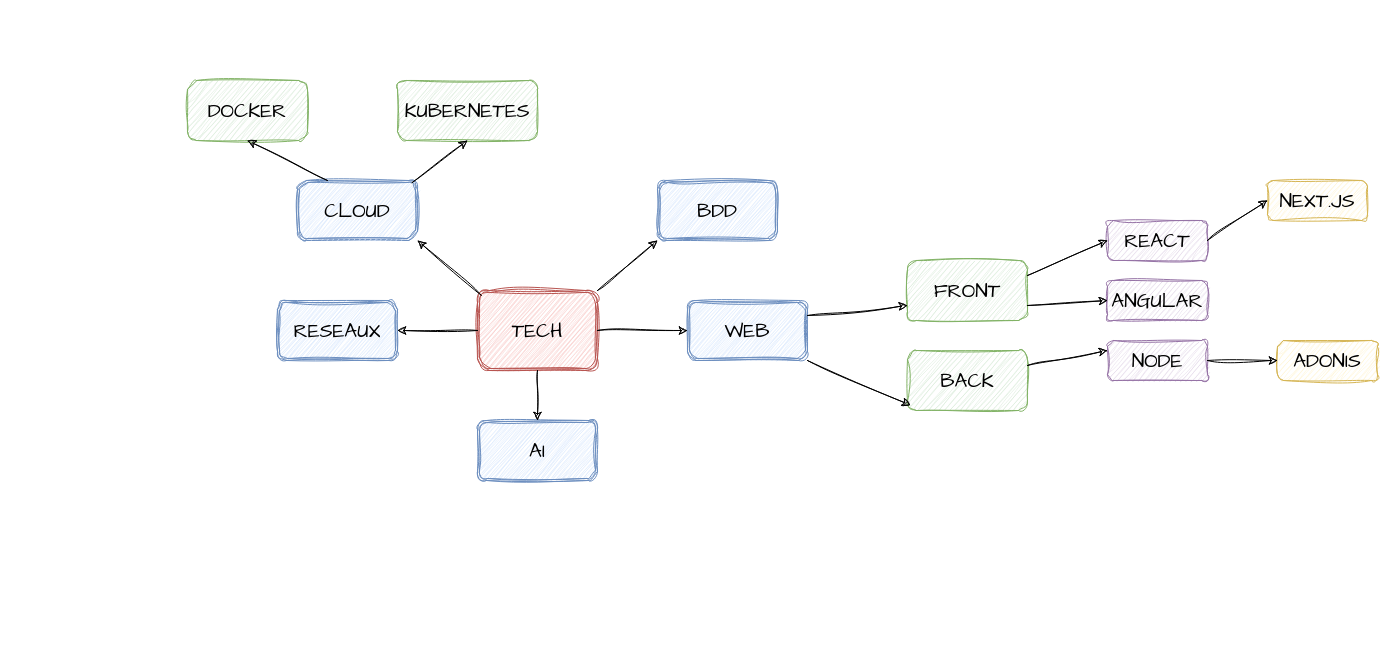
Above: roadMap_Techlead_2024.drawio in ippa16/draw.io (draw.io), before the change. Source tidied: cells renumbered, new cells numbered last; positions are measured from the earlier drawing's top-left corner, leaving out a move shared by most shapes. Both pictures are drawn from the tidied source at 100%, with x=0, y=0 at pixel (187, 80).
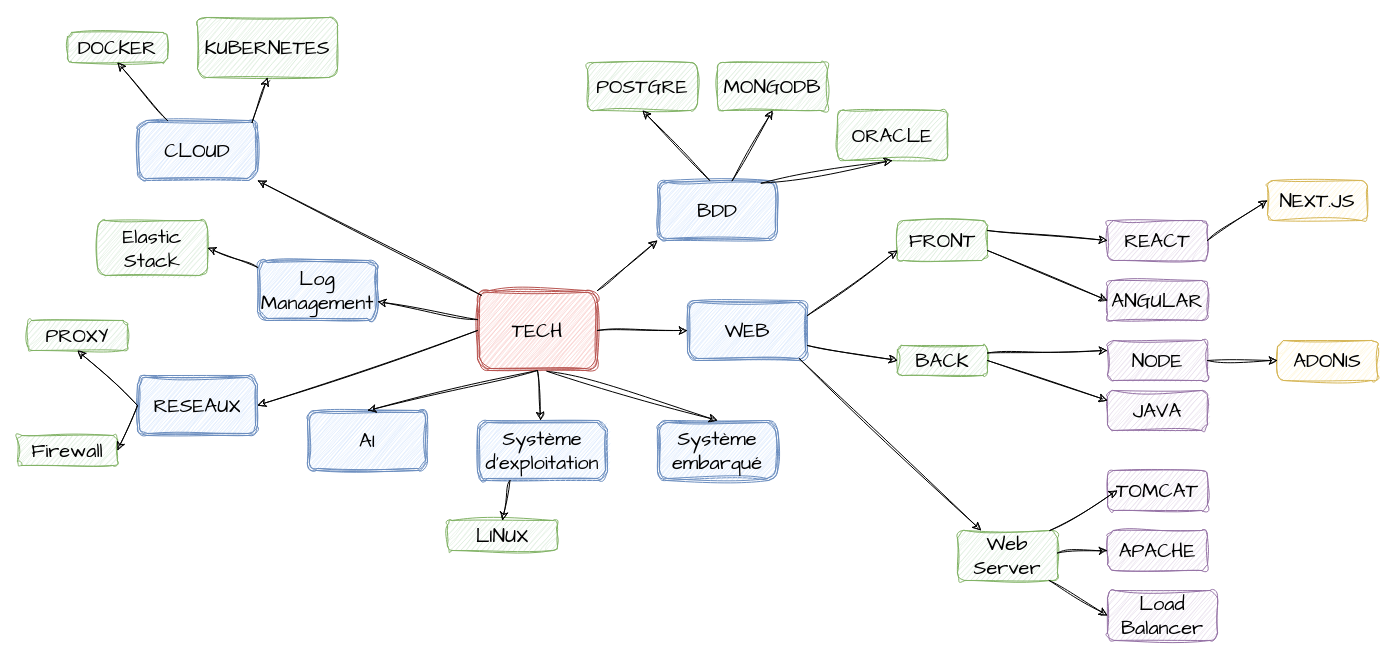
The same page after the edit.

The change refers to these unchanged cells:
```xml
<mxCell id="2" value="TECH" style="shape=ext;double=1;rounded=1;whiteSpace=wrap;html=1;sketch=1;hachureGap=4;jiggle=2;curveFitting=1;fontFamily=Architects Daughter;fontSize=20;fillColor=#f8cecc;strokeColor=#b85450;" parent="1" vertex="1">
  <mxGeometry x="290" y="210" width="120" height="80" as="geometry" />
</mxCell>
<mxCell id="4" value="WEB" style="shape=ext;double=1;rounded=1;whiteSpace=wrap;html=1;sketch=1;hachureGap=4;jiggle=2;curveFitting=1;fontFamily=Architects Daughter;fontSize=20;fillColor=#dae8fc;strokeColor=#6c8ebf;" parent="1" vertex="1">
  <mxGeometry x="500" y="220" width="120" height="60" as="geometry" />
</mxCell>
<mxCell id="15" value="BDD" style="shape=ext;double=1;rounded=1;whiteSpace=wrap;html=1;sketch=1;hachureGap=4;jiggle=2;curveFitting=1;fontFamily=Architects Daughter;fontSize=20;fillColor=#dae8fc;strokeColor=#6c8ebf;" parent="1" vertex="1">
  <mxGeometry x="470" y="100" width="120" height="60" as="geometry" />
</mxCell>
```

Diff of the diagram source:
```diff
@@
     <mxCell id="3" value="RESEAUX" style="shape=ext;double=1;rounded=1;whiteSpace=wrap;html=1;sketch=1;hachureGap=4;jiggle=2;curveFitting=1;fontFamily=Architects Daughter;fontSize=20;fillColor=#dae8fc;strokeColor=#6c8ebf;" parent="1" vertex="1">
-      <mxGeometry x="90" y="220" width="120" height="60" as="geometry" />
+      <mxGeometry x="-50" y="295" width="120" height="60" as="geometry" />
     </mxCell>
@@
     <mxCell id="5" value="AI" style="shape=ext;double=1;rounded=1;whiteSpace=wrap;html=1;sketch=1;hachureGap=4;jiggle=2;curveFitting=1;fontFamily=Architects Daughter;fontSize=20;fillColor=#dae8fc;strokeColor=#6c8ebf;" parent="1" vertex="1">
-      <mxGeometry x="290" y="340" width="120" height="60" as="geometry" />
+      <mxGeometry x="120" y="330" width="120" height="60" as="geometry" />
     </mxCell>
@@
     <mxCell id="7" value="FRONT" style="rounded=1;whiteSpace=wrap;html=1;sketch=1;hachureGap=4;jiggle=2;curveFitting=1;fontFamily=Architects Daughter;fontSize=20;fillColor=#d5e8d4;strokeColor=#82b366;" parent="1" vertex="1">
-      <mxGeometry x="720" y="180" width="120" height="60" as="geometry" />
+      <mxGeometry x="710" y="140" width="90" height="40" as="geometry" />
     </mxCell>
     <mxCell id="8" value="BACK" style="rounded=1;whiteSpace=wrap;html=1;sketch=1;hachureGap=4;jiggle=2;curveFitting=1;fontFamily=Architects Daughter;fontSize=20;fillColor=#d5e8d4;strokeColor=#82b366;" parent="1" vertex="1">
-      <mxGeometry x="720" y="270" width="120" height="60" as="geometry" />
+      <mxGeometry x="710" y="265" width="90" height="30" as="geometry" />
     </mxCell>
@@
     <mxCell id="13" value="CLOUD" style="shape=ext;double=1;rounded=1;whiteSpace=wrap;html=1;sketch=1;hachureGap=4;jiggle=2;curveFitting=1;fontFamily=Architects Daughter;fontSize=20;fillColor=#dae8fc;strokeColor=#6c8ebf;" parent="1" vertex="1">
-      <mxGeometry x="110" y="100" width="120" height="60" as="geometry" />
+      <mxGeometry x="-50" y="40" width="120" height="60" as="geometry" />
     </mxCell>
     <mxCell id="14" value="DOCKER" style="rounded=1;whiteSpace=wrap;html=1;sketch=1;hachureGap=4;jiggle=2;curveFitting=1;fontFamily=Architects Daughter;fontSize=20;fillColor=#d5e8d4;strokeColor=#82b366;" parent="1" vertex="1">
-      <mxGeometry width="120" height="60" as="geometry" />
+      <mxGeometry x="-120" y="-48" width="100" height="30" as="geometry" />
     </mxCell>
@@
     <mxCell id="16" value="KUBERNETES" style="rounded=1;whiteSpace=wrap;html=1;sketch=1;hachureGap=4;jiggle=2;curveFitting=1;fontFamily=Architects Daughter;fontSize=20;fillColor=#d5e8d4;strokeColor=#82b366;" parent="1" vertex="1">
-      <mxGeometry x="210" width="140" height="60" as="geometry" />
+      <mxGeometry x="10" y="-63" width="140" height="60" as="geometry" />
     </mxCell>
@@
-    <mxCell id="25" style="endArrow=classic;html=1;rounded=0;sketch=1;hachureGap=4;jiggle=2;curveFitting=1;fontFamily=Architects Daughter;fontSize=16;exitX=1;exitY=1;exitDx=0;exitDy=0;entryX=0.025;entryY=0.912;entryDx=0;entryDy=0;entryPerimeter=0;" parent="1" edge="1" source="4" target="8">
+    <mxCell id="25" style="endArrow=classic;html=1;rounded=0;sketch=1;hachureGap=4;jiggle=2;curveFitting=1;fontFamily=Architects Daughter;fontSize=16;exitX=1;exitY=0.75;exitDx=0;exitDy=0;entryX=0;entryY=0.5;entryDx=0;entryDy=0;" parent="1" edge="1" source="4" target="8">
       <mxGeometry relative="1" as="geometry" />
     </mxCell>
@@
+    <mxCell id="31" value="JAVA" style="rounded=1;whiteSpace=wrap;html=1;sketch=1;hachureGap=4;jiggle=2;curveFitting=1;fontFamily=Architects Daughter;fontSize=20;fillColor=#e1d5e7;strokeColor=#9673a6;" parent="1" vertex="1">
+      <mxGeometry x="920" y="310" width="100" height="40" as="geometry" />
+    </mxCell>
+    <mxCell id="32" style="endArrow=classic;html=1;rounded=0;sketch=1;hachureGap=4;jiggle=2;curveFitting=1;fontFamily=Architects Daughter;fontSize=16;entryX=0;entryY=0.25;entryDx=0;entryDy=0;exitX=1;exitY=0.5;exitDx=0;exitDy=0;" parent="1" edge="1" source="8" target="31">
+      <mxGeometry relative="1" as="geometry" />
+    </mxCell>
+    <mxCell id="33" value="Système&lt;br&gt;embarqué" style="shape=ext;double=1;rounded=1;whiteSpace=wrap;html=1;sketch=1;hachureGap=4;jiggle=2;curveFitting=1;fontFamily=Architects Daughter;fontSize=20;fillColor=#dae8fc;strokeColor=#6c8ebf;" parent="1" vertex="1">
+      <mxGeometry x="470" y="340" width="120" height="60" as="geometry" />
+    </mxCell>
+    <mxCell id="34" style="endArrow=classic;html=1;rounded=0;sketch=1;hachureGap=4;jiggle=2;curveFitting=1;fontFamily=Architects Daughter;fontSize=16;exitX=0.579;exitY=1.01;exitDx=0;exitDy=0;entryX=0.5;entryY=0;entryDx=0;entryDy=0;exitPerimeter=0;" parent="1" edge="1" source="2" target="33">
+      <mxGeometry relative="1" as="geometry" />
+    </mxCell>
+    <mxCell id="35" value="ORACLE" style="rounded=1;whiteSpace=wrap;html=1;sketch=1;hachureGap=4;jiggle=2;curveFitting=1;fontFamily=Architects Daughter;fontSize=20;fillColor=#d5e8d4;strokeColor=#82b366;" parent="1" vertex="1">
+      <mxGeometry x="650" y="30" width="110" height="50" as="geometry" />
+    </mxCell>
+    <mxCell id="36" style="endArrow=classic;html=1;rounded=0;sketch=1;hachureGap=4;jiggle=2;curveFitting=1;fontFamily=Architects Daughter;fontSize=16;exitX=0.864;exitY=0.045;exitDx=0;exitDy=0;exitPerimeter=0;entryX=0.5;entryY=1;entryDx=0;entryDy=0;" parent="1" edge="1" source="15" target="35">
+      <mxGeometry relative="1" as="geometry" />
+    </mxCell>
+    <mxCell id="37" value="MONGODB" style="rounded=1;whiteSpace=wrap;html=1;sketch=1;hachureGap=4;jiggle=2;curveFitting=1;fontFamily=Architects Daughter;fontSize=20;fillColor=#d5e8d4;strokeColor=#82b366;" parent="1" vertex="1">
+      <mxGeometry x="530" y="-18" width="110" height="48" as="geometry" />
+    </mxCell>
+    <mxCell id="38" style="endArrow=classic;html=1;rounded=0;sketch=1;hachureGap=4;jiggle=2;curveFitting=1;fontFamily=Architects Daughter;fontSize=16;exitX=0.622;exitY=0.005;exitDx=0;exitDy=0;exitPerimeter=0;entryX=0.5;entryY=1;entryDx=0;entryDy=0;" parent="1" edge="1" source="15" target="37">
+      <mxGeometry relative="1" as="geometry" />
+    </mxCell>
+    <mxCell id="39" value="POSTGRE" style="rounded=1;whiteSpace=wrap;html=1;sketch=1;hachureGap=4;jiggle=2;curveFitting=1;fontFamily=Architects Daughter;fontSize=20;fillColor=#d5e8d4;strokeColor=#82b366;" parent="1" vertex="1">
+      <mxGeometry x="400" y="-18" width="110" height="48" as="geometry" />
+    </mxCell>
+    <mxCell id="40" style="endArrow=classic;html=1;rounded=0;sketch=1;hachureGap=4;jiggle=2;curveFitting=1;fontFamily=Architects Daughter;fontSize=16;exitX=0.434;exitY=-0.004;exitDx=0;exitDy=0;exitPerimeter=0;entryX=0.5;entryY=1;entryDx=0;entryDy=0;" parent="1" edge="1" source="15" target="39">
+      <mxGeometry relative="1" as="geometry" />
+    </mxCell>
+    <mxCell id="41" value="Système d'exploitation" style="shape=ext;double=1;rounded=1;whiteSpace=wrap;html=1;sketch=1;hachureGap=4;jiggle=2;curveFitting=1;fontFamily=Architects Daughter;fontSize=20;fillColor=#dae8fc;strokeColor=#6c8ebf;" parent="1" vertex="1">
+      <mxGeometry x="290" y="340" width="130" height="60" as="geometry" />
+    </mxCell>
+    <mxCell id="42" style="endArrow=classic;html=1;rounded=0;sketch=1;hachureGap=4;jiggle=2;curveFitting=1;fontFamily=Architects Daughter;fontSize=16;exitX=0.5;exitY=1;exitDx=0;exitDy=0;" parent="1" edge="1" source="2" target="41">
+      <mxGeometry relative="1" as="geometry" />
+    </mxCell>
+    <mxCell id="43" value="LINUX" style="rounded=1;whiteSpace=wrap;html=1;sketch=1;hachureGap=4;jiggle=2;curveFitting=1;fontFamily=Architects Daughter;fontSize=20;fillColor=#d5e8d4;strokeColor=#82b366;" parent="1" vertex="1">
+      <mxGeometry x="260" y="440" width="110" height="30" as="geometry" />
+    </mxCell>
+    <mxCell id="44" style="endArrow=classic;html=1;rounded=0;sketch=1;hachureGap=4;jiggle=2;curveFitting=1;fontFamily=Architects Daughter;fontSize=16;exitX=0.25;exitY=1;exitDx=0;exitDy=0;entryX=0.5;entryY=0;entryDx=0;entryDy=0;" parent="1" edge="1" source="41" target="43">
+      <mxGeometry relative="1" as="geometry" />
+    </mxCell>
+    <mxCell id="45" value="Web Server" style="rounded=1;whiteSpace=wrap;html=1;sketch=1;hachureGap=4;jiggle=2;curveFitting=1;fontFamily=Architects Daughter;fontSize=20;fillColor=#d5e8d4;strokeColor=#82b366;" parent="1" vertex="1">
+      <mxGeometry x="770" y="450" width="100" height="50" as="geometry" />
+    </mxCell>
+    <mxCell id="46" style="endArrow=classic;html=1;rounded=0;sketch=1;hachureGap=4;jiggle=2;curveFitting=1;fontFamily=Architects Daughter;fontSize=16;exitX=0.933;exitY=0.971;exitDx=0;exitDy=0;exitPerimeter=0;" parent="1" edge="1" source="4" target="45">
+      <mxGeometry relative="1" as="geometry" />
+    </mxCell>
+    <mxCell id="47" value="TOMCAT" style="rounded=1;whiteSpace=wrap;html=1;sketch=1;hachureGap=4;jiggle=2;curveFitting=1;fontFamily=Architects Daughter;fontSize=20;fillColor=#e1d5e7;strokeColor=#9673a6;" parent="1" vertex="1">
+      <mxGeometry x="920" y="390" width="100" height="40" as="geometry" />
+    </mxCell>
+    <mxCell id="48" value="APACHE" style="rounded=1;whiteSpace=wrap;html=1;sketch=1;hachureGap=4;jiggle=2;curveFitting=1;fontFamily=Architects Daughter;fontSize=20;fillColor=#e1d5e7;strokeColor=#9673a6;" parent="1" vertex="1">
+      <mxGeometry x="920" y="450" width="100" height="40" as="geometry" />
+    </mxCell>
+    <mxCell id="49" style="endArrow=classic;html=1;rounded=0;sketch=1;hachureGap=4;jiggle=2;curveFitting=1;fontFamily=Architects Daughter;fontSize=16;entryX=0.1;entryY=0.5;entryDx=0;entryDy=0;entryPerimeter=0;" parent="1" edge="1" source="45" target="47">
+      <mxGeometry relative="1" as="geometry" />
+    </mxCell>
+    <mxCell id="50" style="endArrow=classic;html=1;rounded=0;sketch=1;hachureGap=4;jiggle=2;curveFitting=1;fontFamily=Architects Daughter;fontSize=16;entryX=0;entryY=0.5;entryDx=0;entryDy=0;" parent="1" edge="1" source="45" target="48">
+      <mxGeometry relative="1" as="geometry" />
+    </mxCell>
+    <mxCell id="51" value="Load Balancer" style="rounded=1;whiteSpace=wrap;html=1;sketch=1;hachureGap=4;jiggle=2;curveFitting=1;fontFamily=Architects Daughter;fontSize=20;fillColor=#e1d5e7;strokeColor=#9673a6;" parent="1" vertex="1">
+      <mxGeometry x="920" y="510" width="110" height="50" as="geometry" />
+    </mxCell>
+    <mxCell id="52" style="endArrow=classic;html=1;rounded=0;sketch=1;hachureGap=4;jiggle=2;curveFitting=1;fontFamily=Architects Daughter;fontSize=16;entryX=0;entryY=0.5;entryDx=0;entryDy=0;" parent="1" edge="1" source="45" target="51">
+      <mxGeometry relative="1" as="geometry" />
+    </mxCell>
+    <mxCell id="53" value="PROXY" style="rounded=1;whiteSpace=wrap;html=1;sketch=1;hachureGap=4;jiggle=2;curveFitting=1;fontFamily=Architects Daughter;fontSize=20;fillColor=#d5e8d4;strokeColor=#82b366;" parent="1" vertex="1">
+      <mxGeometry x="-160" y="240" width="100" height="30" as="geometry" />
+    </mxCell>
+    <mxCell id="54" style="endArrow=classic;html=1;rounded=0;sketch=1;hachureGap=4;jiggle=2;curveFitting=1;fontFamily=Architects Daughter;fontSize=16;entryX=0.5;entryY=1;entryDx=0;entryDy=0;exitX=0;exitY=0.5;exitDx=0;exitDy=0;" parent="1" edge="1" source="3" target="53">
+      <mxGeometry relative="1" as="geometry" />
+    </mxCell>
+    <mxCell id="55" value="Firewall" style="rounded=1;whiteSpace=wrap;html=1;sketch=1;hachureGap=4;jiggle=2;curveFitting=1;fontFamily=Architects Daughter;fontSize=20;fillColor=#d5e8d4;strokeColor=#82b366;" parent="1" vertex="1">
+      <mxGeometry x="-170" y="355" width="100" height="30" as="geometry" />
+    </mxCell>
+    <mxCell id="56" style="endArrow=classic;html=1;rounded=0;sketch=1;hachureGap=4;jiggle=2;curveFitting=1;fontFamily=Architects Daughter;fontSize=16;entryX=1;entryY=0.5;entryDx=0;entryDy=0;exitX=0;exitY=0.5;exitDx=0;exitDy=0;" parent="1" edge="1" source="3" target="55">
+      <mxGeometry relative="1" as="geometry" />
+    </mxCell>
+    <mxCell id="57" value="Log Management" style="shape=ext;double=1;rounded=1;whiteSpace=wrap;html=1;sketch=1;hachureGap=4;jiggle=2;curveFitting=1;fontFamily=Architects Daughter;fontSize=20;fillColor=#dae8fc;strokeColor=#6c8ebf;" parent="1" vertex="1">
+      <mxGeometry x="70" y="180" width="120" height="60" as="geometry" />
+    </mxCell>
+    <mxCell id="58" style="endArrow=classic;html=1;rounded=0;sketch=1;hachureGap=4;jiggle=2;curveFitting=1;fontFamily=Architects Daughter;fontSize=16;" parent="1" edge="1" source="2" target="57">
+      <mxGeometry relative="1" as="geometry" />
+    </mxCell>
+    <mxCell id="59" value="Elastic Stack" style="rounded=1;whiteSpace=wrap;html=1;sketch=1;hachureGap=4;jiggle=2;curveFitting=1;fontFamily=Architects Daughter;fontSize=20;fillColor=#d5e8d4;strokeColor=#82b366;" parent="1" vertex="1">
+      <mxGeometry x="-90" y="140" width="110" height="55" as="geometry" />
+    </mxCell>
+    <mxCell id="60" style="endArrow=classic;html=1;rounded=0;sketch=1;hachureGap=4;jiggle=2;curveFitting=1;fontFamily=Architects Daughter;fontSize=16;entryX=1;entryY=0.5;entryDx=0;entryDy=0;" parent="1" edge="1" source="57" target="59">
+      <mxGeometry relative="1" as="geometry" />
+    </mxCell>
```
